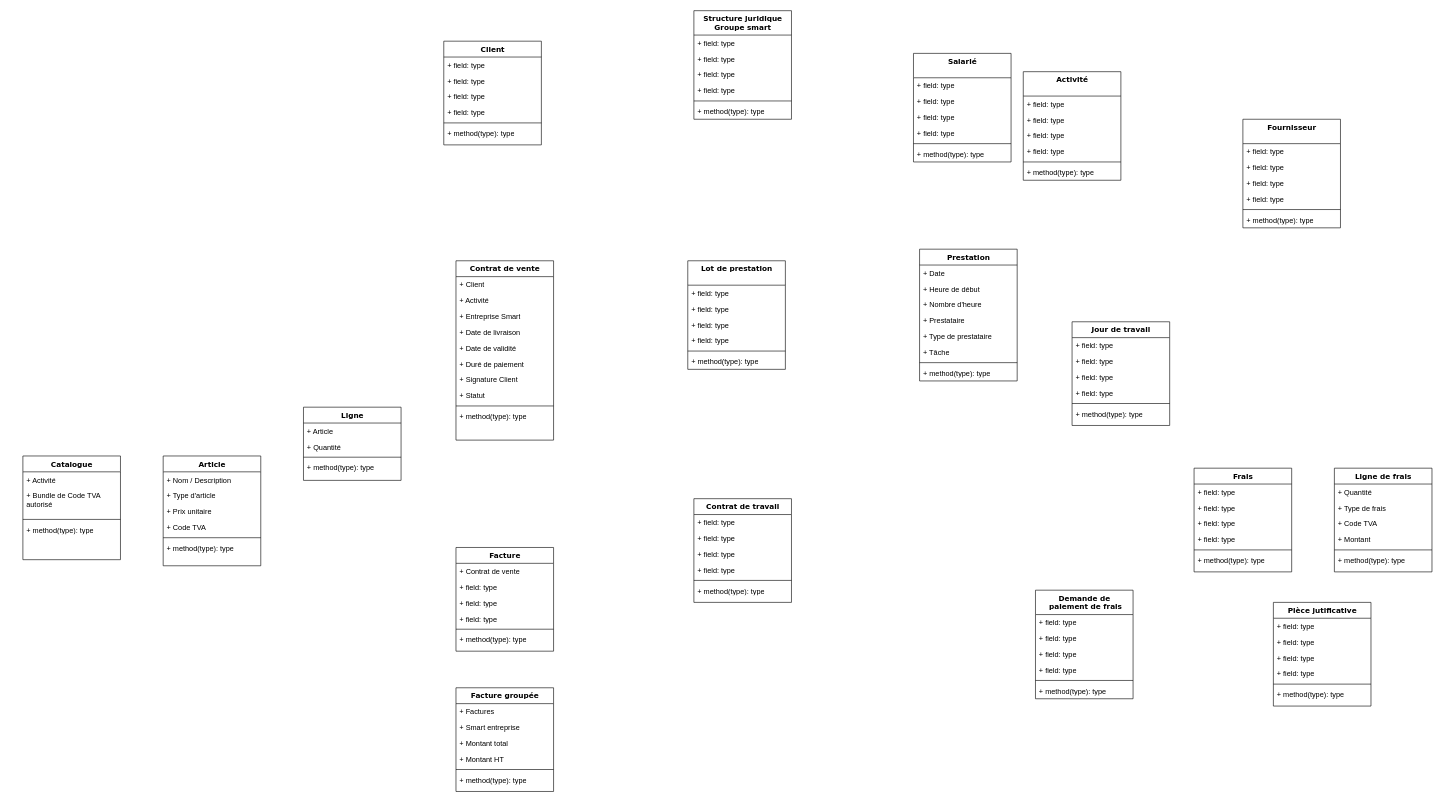
Above: page "Modèle conceptuel" (1 of 3) of Model conceptuel.drawio in Idir-smart/SandBox (draw.io), before the change. Source tidied: cells renumbered, new cells numbered last; positions are measured from the earlier drawing's top-left corner, leaving out a move shared by most shapes. Both pictures are drawn from the tidied source at 61%, with x=0, y=0 at pixel (23, 10).
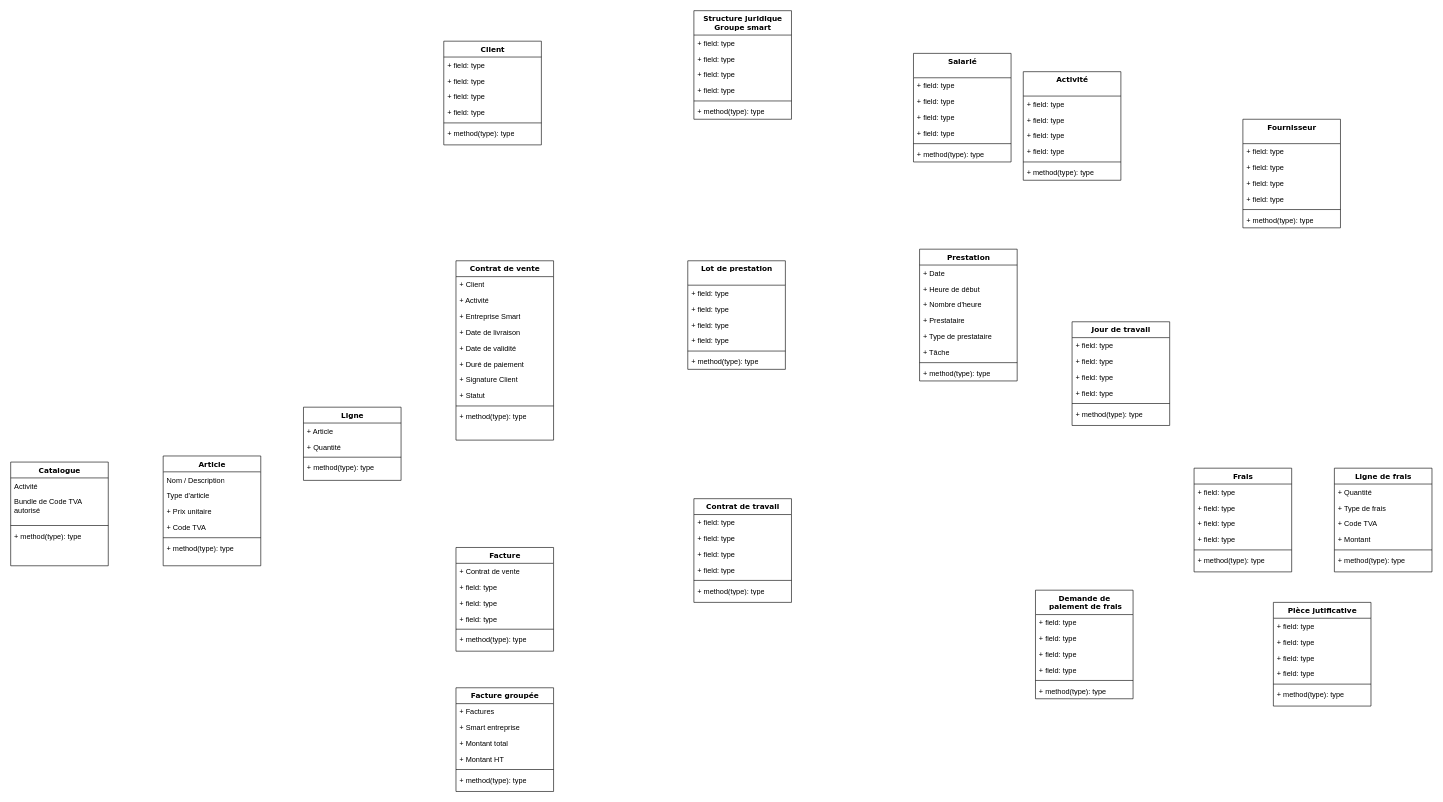
The same page after the edit.

Commit message:
Mettre à jour Model conceptuel.drawio

The change refers to these unchanged cells:
```xml
<mxCell id="18" value="Article" style="swimlane;html=1;fontStyle=1;align=center;verticalAlign=top;horizontal=1;startSize=26;swimlaneFillColor=#ffffff;rounded=0;shadow=0;comic=0;labelBackgroundColor=none;strokeWidth=1;fillColor=none;fontFamily=Verdana;fontSize=12;" parent="1" vertex="1">
  <mxGeometry x="230" y="730" width="160" height="180" as="geometry" />
</mxCell>
```

The edit, as a diff of the source:
```diff
@@
-    <mxCell id="19" value="+ Nom / Description " style="text;html=1;strokeColor=none;fillColor=none;align=left;verticalAlign=top;spacingLeft=4;spacingRight=4;whiteSpace=wrap;overflow=hidden;" parent="18" vertex="1">
+    <mxCell id="19" value="Nom / Description " style="text;html=1;strokeColor=none;fillColor=none;align=left;verticalAlign=top;spacingLeft=4;spacingRight=4;whiteSpace=wrap;overflow=hidden;" parent="18" vertex="1">
       <mxGeometry y="26" width="160" height="26" as="geometry" />
     </mxCell>
-    <mxCell id="20" value="+ Type d'article" style="text;html=1;strokeColor=none;fillColor=none;align=left;verticalAlign=top;spacingLeft=4;spacingRight=4;whiteSpace=wrap;overflow=hidden;" parent="18" vertex="1">
+    <mxCell id="20" value="Type d'article" style="text;html=1;strokeColor=none;fillColor=none;align=left;verticalAlign=top;spacingLeft=4;spacingRight=4;whiteSpace=wrap;overflow=hidden;" parent="18" vertex="1">
       <mxGeometry y="52" width="160" height="26" as="geometry" />
     </mxCell>
@@
     <mxCell id="25" value="Catalogue" style="swimlane;html=1;fontStyle=1;align=center;verticalAlign=top;horizontal=1;startSize=26;swimlaneFillColor=#ffffff;rounded=0;shadow=0;comic=0;labelBackgroundColor=none;strokeWidth=1;fillColor=none;fontFamily=Verdana;fontSize=12;" parent="1" vertex="1">
-      <mxGeometry y="730" width="160" height="170" as="geometry" />
+      <mxGeometry x="-20" y="740" width="160" height="170" as="geometry" />
     </mxCell>
-    <mxCell id="26" value="+ Activité" style="text;html=1;strokeColor=none;fillColor=none;align=left;verticalAlign=top;spacingLeft=4;spacingRight=4;whiteSpace=wrap;overflow=hidden;" parent="25" vertex="1">
+    <mxCell id="26" value="Activité" style="text;html=1;strokeColor=none;fillColor=none;align=left;verticalAlign=top;spacingLeft=4;spacingRight=4;whiteSpace=wrap;overflow=hidden;" parent="25" vertex="1">
       <mxGeometry y="26" width="160" height="26" as="geometry" />
     </mxCell>
-    <mxCell id="27" value="+ Bundle de Code TVA autorisé" style="text;html=1;strokeColor=none;fillColor=none;align=left;verticalAlign=top;spacingLeft=4;spacingRight=4;whiteSpace=wrap;overflow=hidden;" parent="25" vertex="1">
+    <mxCell id="27" value="Bundle de Code TVA autorisé" style="text;html=1;strokeColor=none;fillColor=none;align=left;verticalAlign=top;spacingLeft=4;spacingRight=4;whiteSpace=wrap;overflow=hidden;" parent="25" vertex="1">
       <mxGeometry y="52" width="160" height="48" as="geometry" />
     </mxCell>
```
